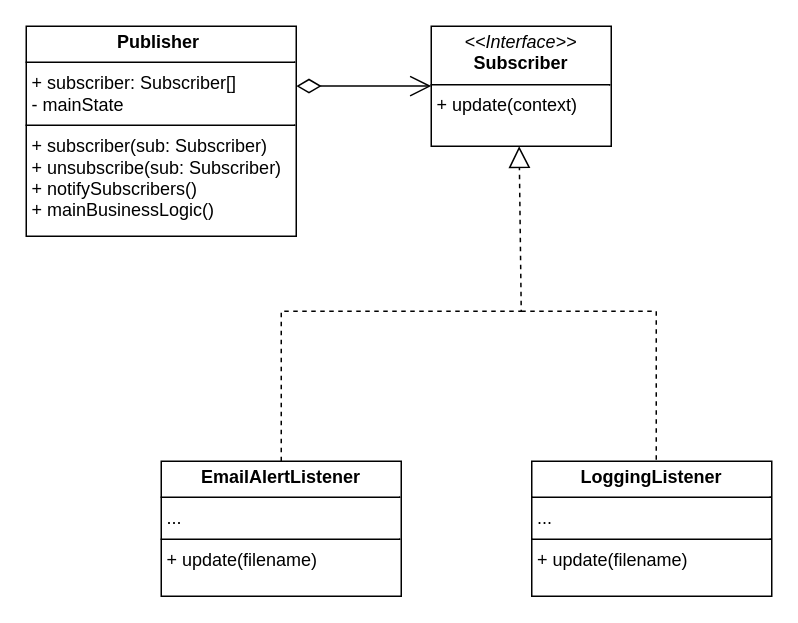
The draw.io diagram engenharia_de_software_III/diagrams/Observer_diagram.drawio in ogustavoalves/bertoti, before the edit. Source tidied: cells renumbered, new cells numbered last; positions are measured from the earlier drawing's top-left corner, leaving out a move shared by most shapes. Both pictures are drawn from the tidied source at 150%, with x=0, y=0 at pixel (26, 26).
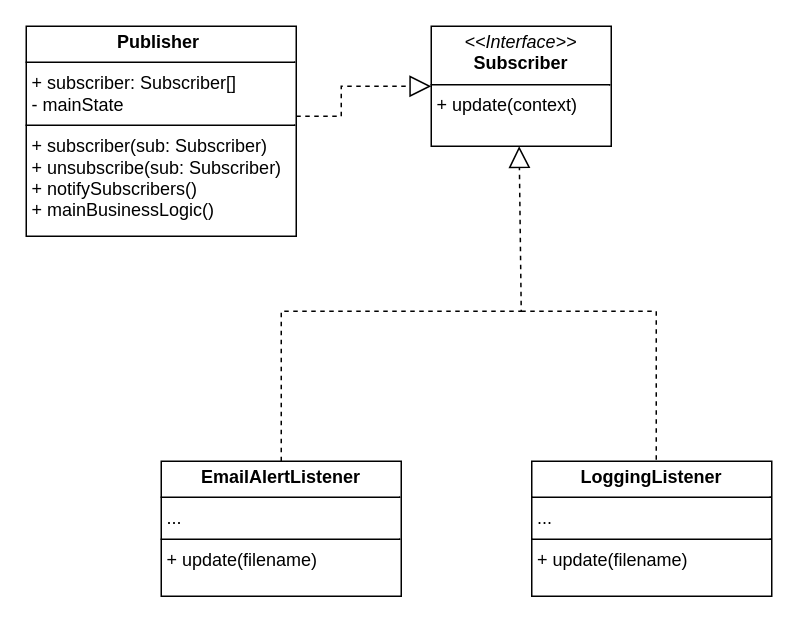
The same page after the edit.

Commit message (it also covers changes not shown here):
alterando diagrama observer

What changed in the source:
```diff
@@
 <mxGraphModel>
   <root>
     <mxCell id="0" />
     <mxCell id="1" parent="0" />
     <mxCell id="2" value="&lt;p style=&quot;margin:0px;margin-top:4px;text-align:center;&quot;&gt;&lt;b&gt;Publisher&amp;nbsp;&lt;/b&gt;&lt;/p&gt;&lt;hr size=&quot;1&quot; style=&quot;border-style:solid;&quot;&gt;&lt;p style=&quot;margin:0px;margin-left:4px;&quot;&gt;+ subscriber: Subscriber[]&lt;/p&gt;&lt;p style=&quot;margin:0px;margin-left:4px;&quot;&gt;- mainState&lt;/p&gt;&lt;hr size=&quot;1&quot; style=&quot;border-style:solid;&quot;&gt;&lt;p style=&quot;margin:0px;margin-left:4px;&quot;&gt;+ subscriber(sub: Subscriber)&lt;/p&gt;&lt;p style=&quot;margin:0px;margin-left:4px;&quot;&gt;+ unsubscribe(sub: Subscriber)&lt;/p&gt;&lt;p style=&quot;margin:0px;margin-left:4px;&quot;&gt;+ notifySubscribers()&lt;/p&gt;&lt;p style=&quot;margin:0px;margin-left:4px;&quot;&gt;+ mainBusinessLogic()&lt;/p&gt;&lt;p style=&quot;margin:0px;margin-left:4px;&quot;&gt;&amp;nbsp;&lt;/p&gt;&lt;p style=&quot;margin:0px;margin-left:4px;&quot;&gt;&lt;br&gt;&lt;/p&gt;" style="verticalAlign=top;align=left;overflow=fill;html=1;whiteSpace=wrap;" parent="1" vertex="1">
       <mxGeometry width="180" height="140" as="geometry" />
     </mxCell>
-    <mxCell id="3" style="endArrow=open;html=1;endSize=12;startArrow=diamondThin;startSize=14;startFill=0;edgeStyle=orthogonalEdgeStyle;align=left;verticalAlign=bottom;rounded=0;" parent="1" edge="1">
-      <mxGeometry x="-1" y="3" relative="1" as="geometry">
-        <mxPoint x="180" y="39.9" as="sourcePoint" />
-        <mxPoint x="270" y="39.9" as="targetPoint" />
-      </mxGeometry>
-    </mxCell>
     <mxCell id="4" value="&lt;p style=&quot;margin:0px;margin-top:4px;text-align:center;&quot;&gt;&lt;i&gt;&amp;lt;&amp;lt;Interface&amp;gt;&amp;gt;&lt;/i&gt;&lt;br&gt;&lt;b&gt;Subscriber&lt;/b&gt;&lt;/p&gt;&lt;hr size=&quot;1&quot; style=&quot;border-style:solid;&quot;&gt;&lt;p style=&quot;margin:0px;margin-left:4px;&quot;&gt;+ update(context)&lt;/p&gt;" style="verticalAlign=top;align=left;overflow=fill;html=1;whiteSpace=wrap;" parent="1" vertex="1">
       <mxGeometry x="270" width="120" height="80" as="geometry" />
     </mxCell>
     <mxCell id="5" style="endArrow=block;dashed=1;endFill=0;endSize=12;html=1;rounded=0;entryX=0.488;entryY=1.061;entryDx=0;entryDy=0;entryPerimeter=0;" parent="1" edge="1">
       <mxGeometry relative="1" as="geometry">
         <mxPoint x="170" y="290" as="sourcePoint" />
         <mxPoint x="328.6" y="80" as="targetPoint" />
         <Array as="points">
           <mxPoint x="170" y="190" />
           <mxPoint x="330" y="190" />
         </Array>
       </mxGeometry>
     </mxCell>
     <mxCell id="6" style="endArrow=none;dashed=1;html=1;rounded=0;" parent="1" edge="1">
       <mxGeometry relative="1" as="geometry">
         <mxPoint x="330" y="190" as="sourcePoint" />
         <mxPoint x="420" y="290" as="targetPoint" />
         <Array as="points">
           <mxPoint x="420" y="190" />
         </Array>
       </mxGeometry>
     </mxCell>
     <mxCell id="7" value="&lt;p style=&quot;margin:0px;margin-top:4px;text-align:center;&quot;&gt;&lt;b&gt;EmailAlertListener&lt;/b&gt;&lt;/p&gt;&lt;hr size=&quot;1&quot; style=&quot;border-style:solid;&quot;&gt;&lt;p style=&quot;margin:0px;margin-left:4px;&quot;&gt;...&lt;/p&gt;&lt;hr size=&quot;1&quot; style=&quot;border-style:solid;&quot;&gt;&lt;p style=&quot;margin:0px;margin-left:4px;&quot;&gt;+ update(filename)&lt;/p&gt;" style="verticalAlign=top;align=left;overflow=fill;html=1;whiteSpace=wrap;" parent="1" vertex="1">
       <mxGeometry x="90" y="290" width="160" height="90" as="geometry" />
     </mxCell>
     <mxCell id="8" value="&lt;p style=&quot;margin:0px;margin-top:4px;text-align:center;&quot;&gt;&lt;b&gt;LoggingListener&lt;/b&gt;&lt;/p&gt;&lt;hr size=&quot;1&quot; style=&quot;border-style:solid;&quot;&gt;&lt;p style=&quot;margin:0px;margin-left:4px;&quot;&gt;...&lt;/p&gt;&lt;hr size=&quot;1&quot; style=&quot;border-style:solid;&quot;&gt;&lt;p style=&quot;margin:0px;margin-left:4px;&quot;&gt;+ update(filename)&lt;br&gt;&lt;/p&gt;" style="verticalAlign=top;align=left;overflow=fill;html=1;whiteSpace=wrap;" parent="1" vertex="1">
       <mxGeometry x="337" y="290" width="160" height="90" as="geometry" />
     </mxCell>
+    <mxCell id="9" style="endArrow=block;dashed=1;endFill=0;endSize=12;html=1;rounded=0;entryX=0;entryY=0.5;entryDx=0;entryDy=0;" parent="1" edge="1" target="4">
+      <mxGeometry relative="1" as="geometry">
+        <mxPoint x="180" y="60" as="sourcePoint" />
+        <Array as="points">
+          <mxPoint x="210" y="60" />
+          <mxPoint x="210" y="40" />
+        </Array>
+      </mxGeometry>
+    </mxCell>
   </root>
 </mxGraphModel>
```
